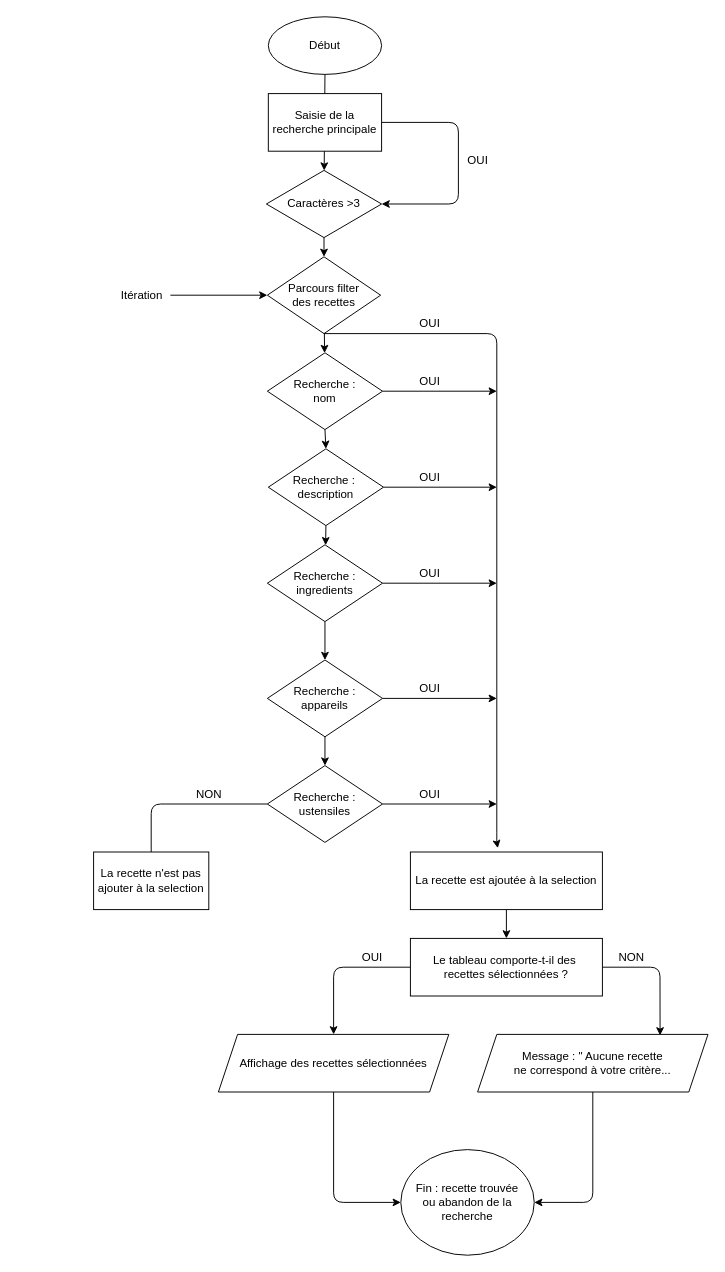
Seilhan/Les-petits-plats-projet-7 keeps this draw.io diagram as .drawio. Above is the earlier version. Source tidied: cells renumbered, new cells numbered last; positions are measured from the earlier drawing's top-left corner, leaving out a move shared by most shapes. Both pictures are drawn from the tidied source at 96%, with x=0, y=0 at pixel (93, 16).
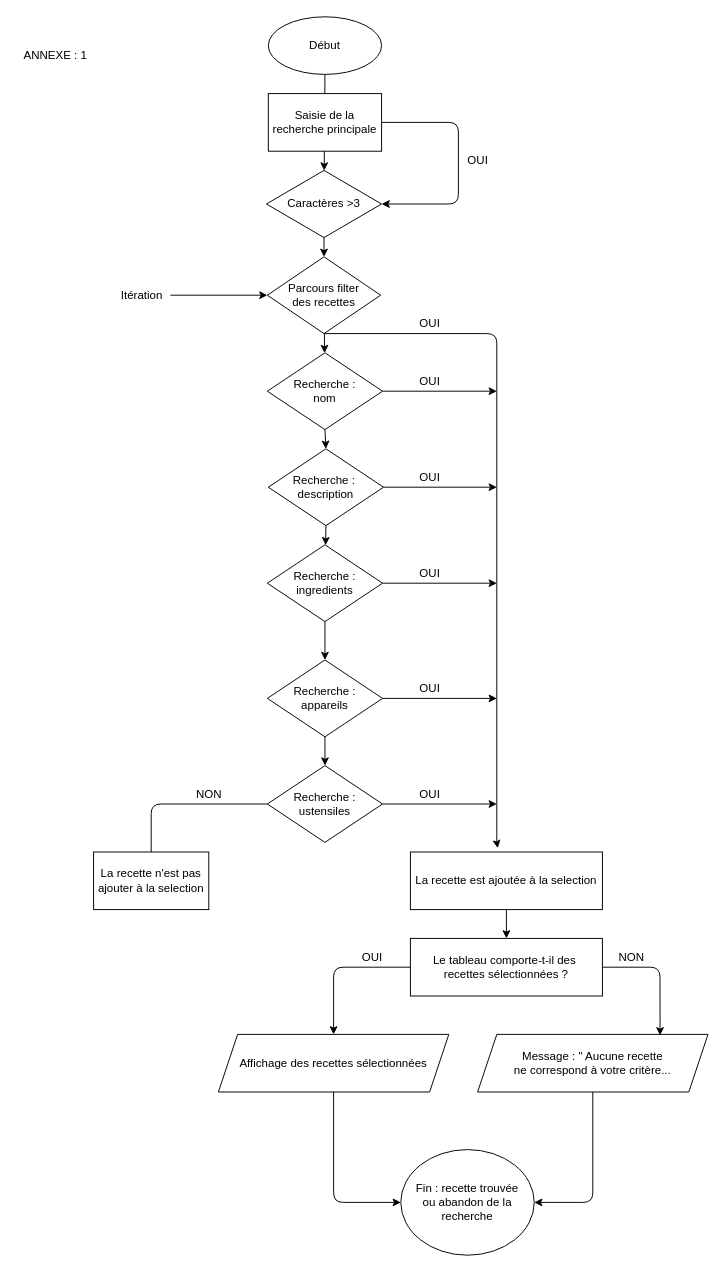
The same page after the edit.

Diff of the diagram source:
```diff
@@
+    <mxCell id="50" value="ANNEXE : 1" style="text;html=1;align=center;verticalAlign=middle;strokeColor=none;fillColor=none;" parent="1" vertex="1">
+      <mxGeometry x="-80" y="30" width="80" height="20" as="geometry" />
+    </mxCell>
```
